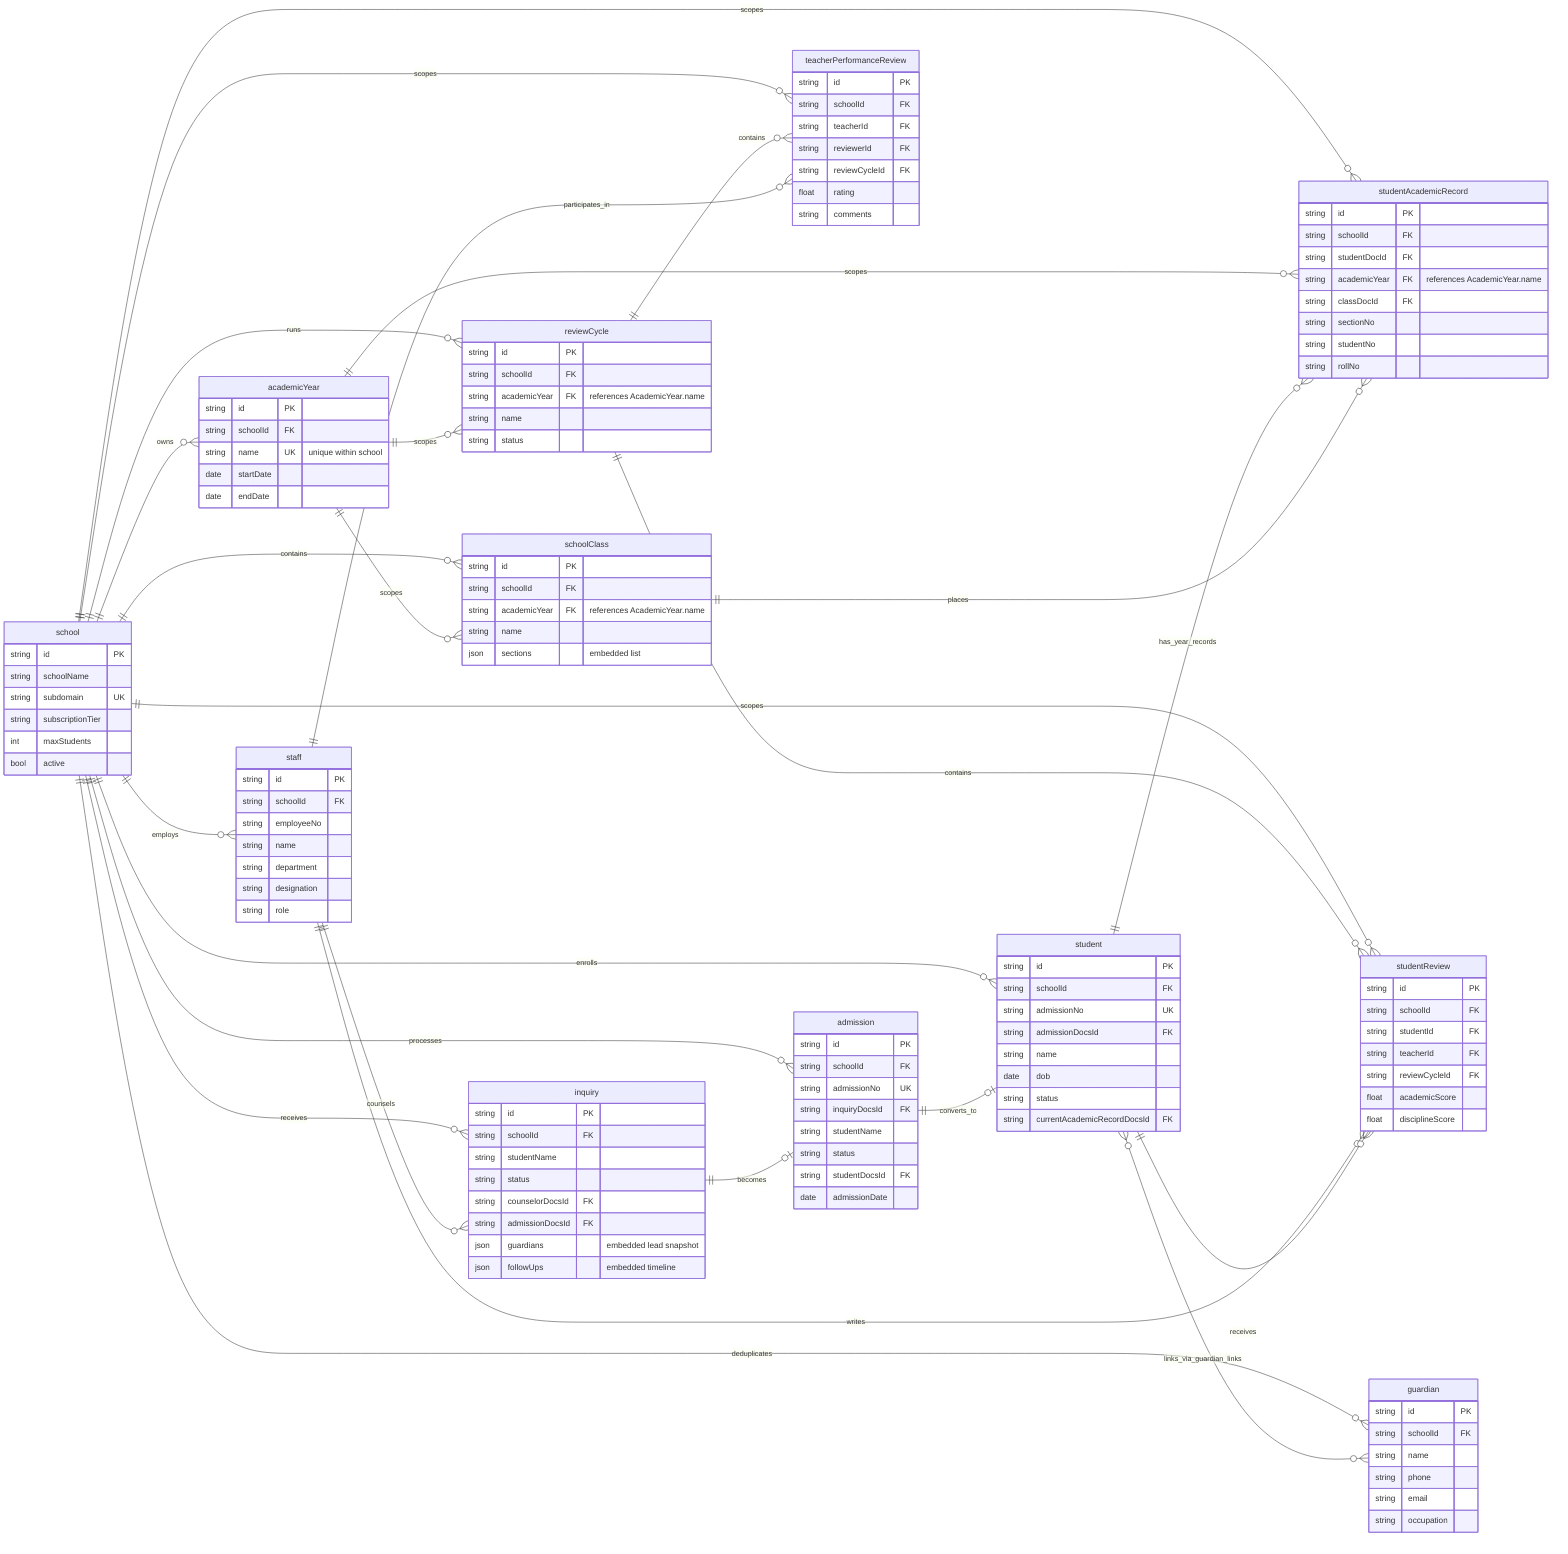
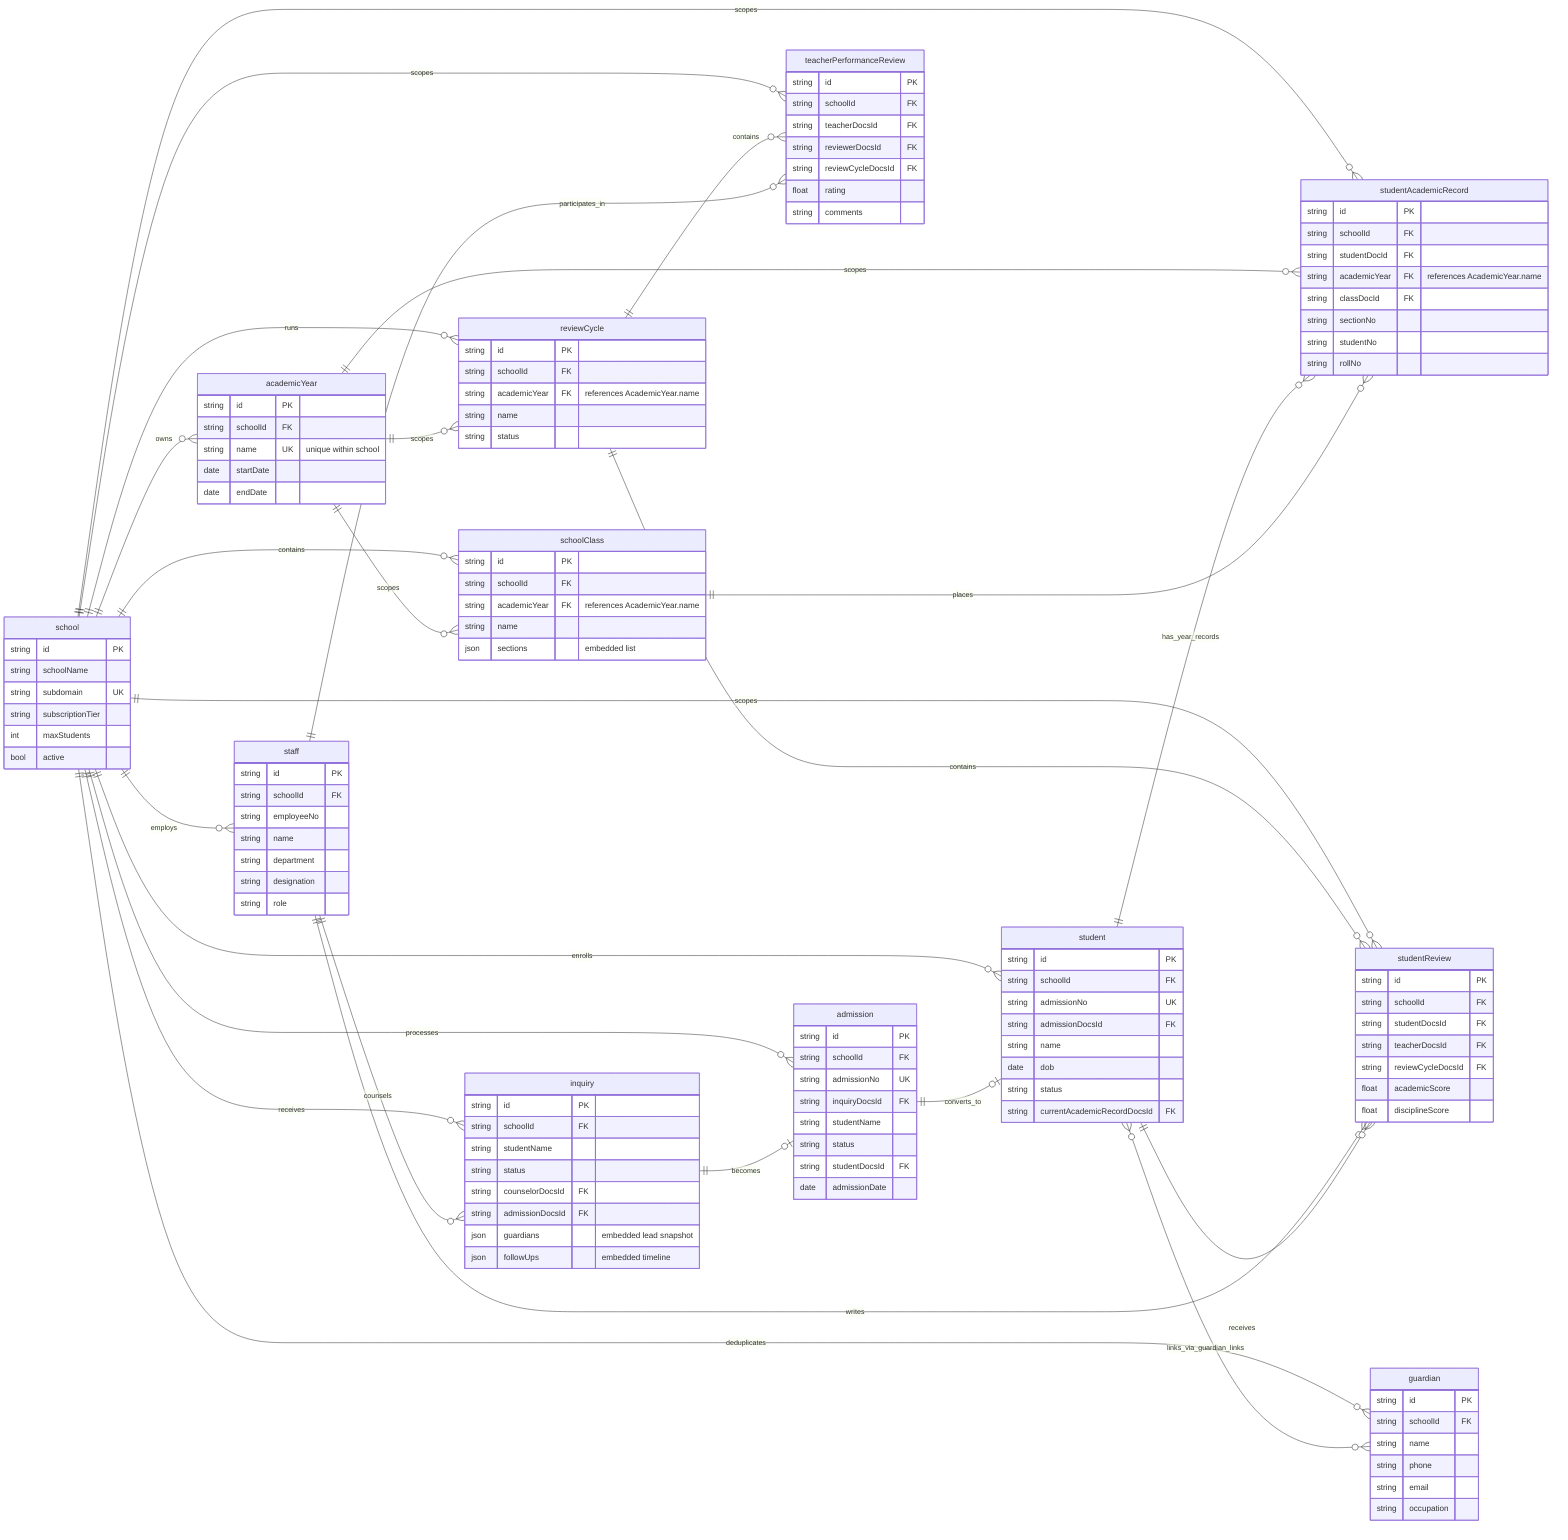
erDiagram
    direction LR

    school {
        string id PK
        string schoolName
        string subdomain UK
        string subscriptionTier
        int maxStudents
        bool active
    }

    academicYear {
        string id PK
        string schoolId FK
        string name UK "unique within school"
        date startDate
        date endDate
    }

    schoolClass {
        string id PK
        string schoolId FK
        string academicYear FK "references AcademicYear.name"
        string name
        json sections "embedded list"
    }

    staff {
        string id PK
        string schoolId FK
        string employeeNo
        string name
        string department
        string designation
        string role
    }

    inquiry {
        string id PK
        string schoolId FK
        string studentName
        string status
        string counselorDocsId FK
        string admissionDocsId FK
        json guardians "embedded lead snapshot"
        json followUps "embedded timeline"
    }

    admission {
        string id PK
        string schoolId FK
        string admissionNo UK
        string inquiryDocsId FK
        string studentName
        string status
        string studentDocsId FK
        date admissionDate
    }

    student {
        string id PK
        string schoolId FK
        string admissionNo UK
        string admissionDocsId FK
        string name
        date dob
        string status
        string currentAcademicRecordDocsId FK
    }

    guardian {
        string id PK
        string schoolId FK
        string name
        string phone
        string email
        string occupation
    }

    studentAcademicRecord {
        string id PK
        string schoolId FK
        string studentDocId FK
        string academicYear FK "references AcademicYear.name"
        string classDocId FK
        string sectionNo
        string studentNo
        string rollNo
    }

    reviewCycle {
        string id PK
        string schoolId FK
        string academicYear FK "references AcademicYear.name"
        string name
        string status
    }

    studentReview {
        string id PK
        string schoolId FK
-         string studentId FK
-         string teacherId FK
-         string reviewCycleId FK
+         string studentDocsId FK
+         string teacherDocsId FK
+         string reviewCycleDocsId FK
        float academicScore
        float disciplineScore
    }

    teacherPerformanceReview {
        string id PK
        string schoolId FK
-         string teacherId FK
-         string reviewerId FK
-         string reviewCycleId FK
+         string teacherDocsId FK
+         string reviewerDocsId FK
+         string reviewCycleDocsId FK
        float rating
        string comments
    }

    school ||--o{ academicYear : owns
    school ||--o{ schoolClass : contains
    school ||--o{ staff : employs
    school ||--o{ inquiry : receives
    school ||--o{ admission : processes
    school ||--o{ student : enrolls
    school ||--o{ guardian : deduplicates
    school ||--o{ studentAcademicRecord : scopes
    school ||--o{ reviewCycle : runs
    school ||--o{ studentReview : scopes
    school ||--o{ teacherPerformanceReview : scopes

    academicYear ||--o{ schoolClass : scopes
    academicYear ||--o{ studentAcademicRecord : scopes
    academicYear ||--o{ reviewCycle : scopes

    staff ||--o{ inquiry : counsels
    inquiry ||--o| admission : becomes
    admission ||--o| student : converts_to

    student }o--o{ guardian : links_via_guardian_links
    student ||--o{ studentAcademicRecord : has_year_records
    schoolClass ||--o{ studentAcademicRecord : places

    reviewCycle ||--o{ studentReview : contains
    staff ||--o{ studentReview : writes
    student ||--o{ studentReview : receives

    reviewCycle ||--o{ teacherPerformanceReview : contains
    staff ||--o{ teacherPerformanceReview : participates_in
